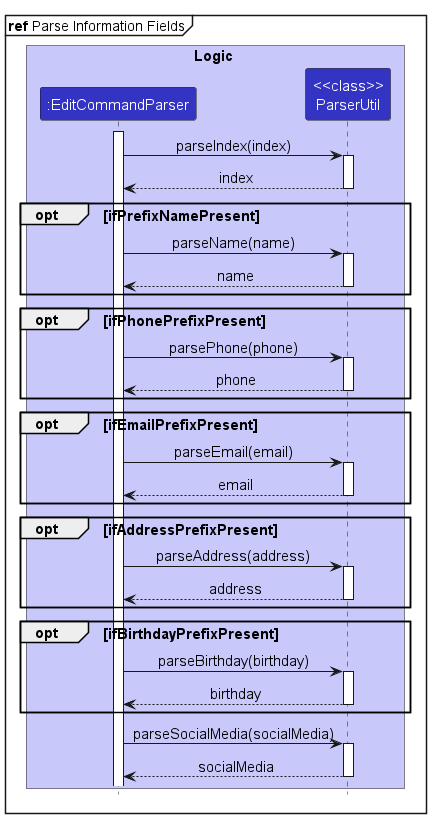
Before: docs/images/EditCommandParseInformationFieldsDiagram.png, a diagram exported from PlantUML (nus-cs2103-AY2223S2/tp). The source it was exported from:
```plantuml
@startuml
!include style.puml
mainframe **ref** Parse Information Fields

skinparam defaultFontSize 15
skinparam titleFontSize 15

box Logic LOGIC_COLOR_T1
participant ":EditCommandParser" as EditCommandParser LOGIC_COLOR
participant "<<class>>\nParserUtil" as ParserUtil LOGIC_COLOR
end box
box

activate EditCommandParser

EditCommandParser->ParserUtil:parseIndex(index)
activate ParserUtil
return index

opt ifPrefixNamePresent
EditCommandParser->ParserUtil:parseName(name)
activate ParserUtil
return name
end
opt ifPhonePrefixPresent
    EditCommandParser->ParserUtil:parsePhone(phone)
    activate ParserUtil
    return phone
end
opt ifEmailPrefixPresent
    EditCommandParser->ParserUtil:parseEmail(email)
    activate ParserUtil
    return email
end
opt ifAddressPrefixPresent
    EditCommandParser->ParserUtil:parseAddress(address)
    activate ParserUtil
    return address
end
opt ifBirthdayPrefixPresent
    EditCommandParser->ParserUtil:parseBirthday(birthday)
    activate ParserUtil
    return birthday
end
EditCommandParser->ParserUtil:parseSocialMedia(socialMedia)
activate ParserUtil
return socialMedia
@enduml
```
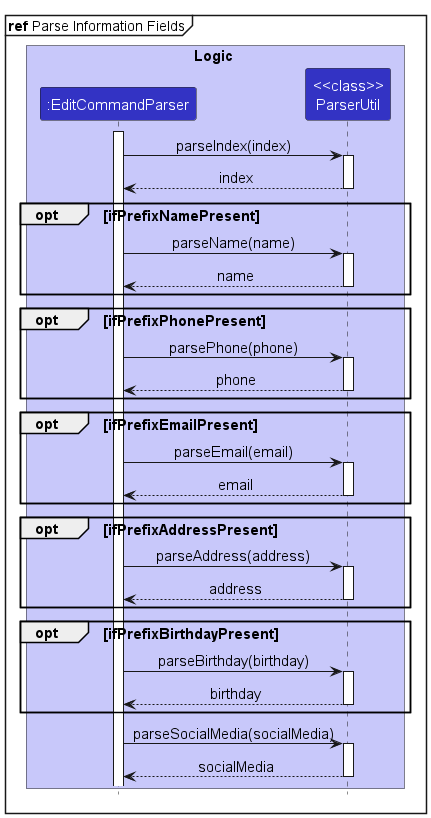
Above is the later version.

Commit message:
update diagram to be consistent with prefixname

Diff of the diagram source:
```diff
@@ -22,22 +22,22 @@
 activate ParserUtil
 return name
 end
-opt ifPhonePrefixPresent
+opt ifPrefixPhonePresent
     EditCommandParser->ParserUtil:parsePhone(phone)
     activate ParserUtil
     return phone
 end
-opt ifEmailPrefixPresent
+opt ifPrefixEmailPresent
     EditCommandParser->ParserUtil:parseEmail(email)
     activate ParserUtil
     return email
 end
-opt ifAddressPrefixPresent
+opt ifPrefixAddressPresent
     EditCommandParser->ParserUtil:parseAddress(address)
     activate ParserUtil
     return address
 end
-opt ifBirthdayPrefixPresent
+opt ifPrefixBirthdayPresent
     EditCommandParser->ParserUtil:parseBirthday(birthday)
     activate ParserUtil
     return birthday
```
